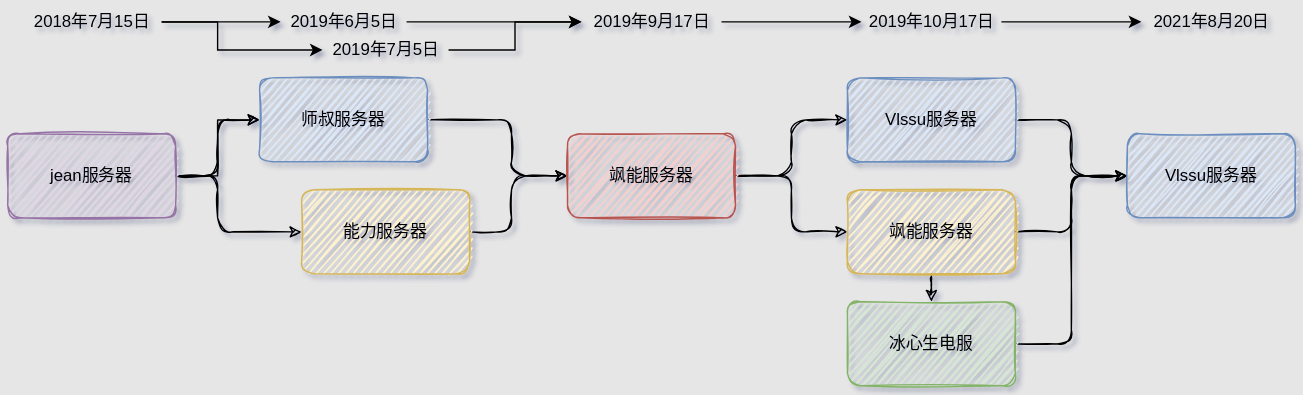
Before: static/img/mcserver/vlssu历史线.drawio.svg, a diagram exported from draw.io (vlssu/docs-vlssu). Source tidied: cells renumbered, new cells last; positions are measured from the earlier drawing's top-left corner, leaving out a move shared by most shapes.
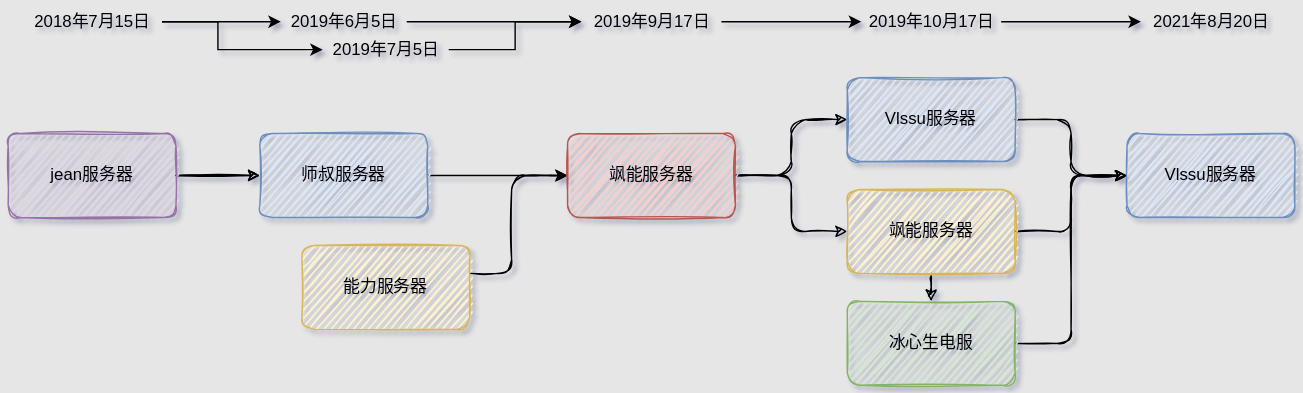
The same diagram one commit later.

Commit message:
纠正历史线

What changed in the source:
```diff
@@ -8,38 +8,25 @@
     <mxCell id="3" style="edgeStyle=orthogonalEdgeStyle;rounded=1;jettySize=auto;html=1;sketch=1;shadow=0;" parent="1" edge="1" source="5" target="7">
       <mxGeometry relative="1" as="geometry" />
     </mxCell>
-    <mxCell id="4" style="edgeStyle=orthogonalEdgeStyle;rounded=1;jettySize=auto;html=1;sketch=1;shadow=0;" parent="1" edge="1" source="5" target="9">
-      <mxGeometry relative="1" as="geometry">
-        <Array as="points">
-          <mxPoint x="150" y="120" />
-          <mxPoint x="150" y="160" />
-        </Array>
-      </mxGeometry>
-    </mxCell>
     <mxCell id="5" value="jean服务器" style="rounded=1;whiteSpace=wrap;html=1;sketch=1;fillColor=#e1d5e7;strokeColor=#9673a6;shadow=0;" parent="1" vertex="1">
       <mxGeometry y="90" width="120" height="60" as="geometry" />
     </mxCell>
-    <mxCell id="6" style="edgeStyle=orthogonalEdgeStyle;rounded=1;jettySize=auto;html=1;sketch=1;shadow=0;" parent="1" edge="1" source="7" target="12">
-      <mxGeometry relative="1" as="geometry">
-        <Array as="points">
-          <mxPoint x="360" y="80" />
-          <mxPoint x="360" y="120" />
-        </Array>
-      </mxGeometry>
+    <mxCell id="6" style="edgeStyle=none;html=1;" parent="1" edge="1" source="7" target="12">
+      <mxGeometry relative="1" as="geometry" />
     </mxCell>
     <mxCell id="7" value="师叔服务器" style="rounded=1;whiteSpace=wrap;html=1;fillColor=#dae8fc;strokeColor=#6c8ebf;sketch=1;shadow=0;" parent="1" vertex="1">
-      <mxGeometry x="180" y="50" width="120" height="60" as="geometry" />
+      <mxGeometry x="180" y="90" width="120" height="60" as="geometry" />
     </mxCell>
     <mxCell id="8" style="edgeStyle=orthogonalEdgeStyle;rounded=1;jettySize=auto;html=1;sketch=1;shadow=0;" parent="1" edge="1" source="9" target="12">
       <mxGeometry relative="1" as="geometry">
         <Array as="points">
-          <mxPoint x="360" y="160" />
+          <mxPoint x="360" y="190" />
           <mxPoint x="360" y="120" />
         </Array>
       </mxGeometry>
     </mxCell>
     <mxCell id="9" value="能力服务器" style="whiteSpace=wrap;html=1;rounded=1;fillColor=#fff2cc;strokeColor=#d6b656;sketch=1;shadow=0;" parent="1" vertex="1">
-      <mxGeometry x="210" y="130" width="120" height="60" as="geometry" />
+      <mxGeometry x="210" y="170" width="120" height="60" as="geometry" />
     </mxCell>
     <mxCell id="10" style="edgeStyle=orthogonalEdgeStyle;rounded=1;sketch=1;jettySize=auto;html=1;shadow=0;" parent="1" edge="1" source="12" target="17">
       <mxGeometry relative="1" as="geometry">
```
